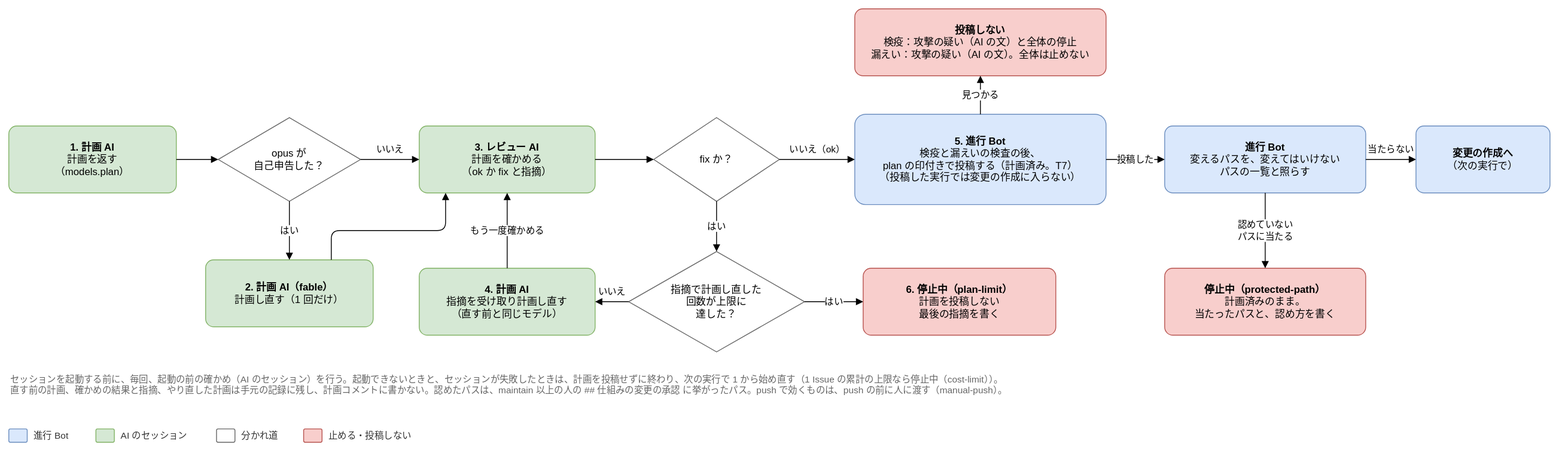
Earlier version of the draw.io export docs/design/basic/diagrams/02-plan-step.drawio.svg (Joymerrevent/dev-autopilot). Source tidied: cells renumbered, new cells last; positions are measured from the earlier drawing's top-left corner, leaving out a move shared by most shapes.
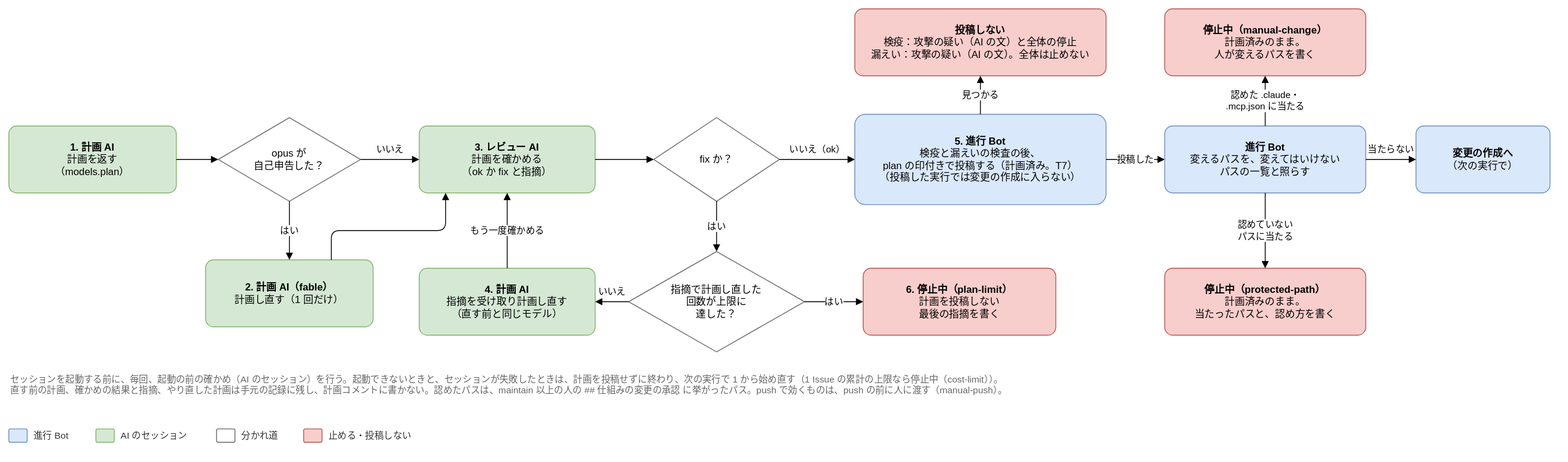
After the change.

Commit message:
docs(design): manual-change を計画を投稿した実行で照らし、止めた理由の記号の表を要件の 14 個にそろえる

計画済みの工程（後の実行）は、計画コメントにも印にも載せない plan.paths を読めなかった。
変えてはいけないパスとの照らしと同じ、計画の工程の中の順番の順 5 で照らすように移した。
manual-change は要件の FLOW-40 に無いので、止めた理由の記号の主な表から実装の都合の表へ移した。

Claude-Session: https://claude.ai/code/session_01LvmXQN14Y95msvojZ6hWNP

The edit, as a diff of the source:
```diff
@@ -38,6 +38,9 @@
     <mxCell id="13" value="&lt;b&gt;投稿しない&lt;/b&gt;&lt;br&gt;検疫：攻撃の疑い（AI の文）と全体の停止&lt;br&gt;漏えい：攻撃の疑い（AI の文）。全体は止めない" style="rounded=1;whiteSpace=wrap;html=1;fontSize=12;arcSize=12;spacing=12;fillColor=#f8cecc;strokeColor=#b85450;" parent="1" vertex="1">
       <mxGeometry x="1010" width="300" height="80" as="geometry" />
     </mxCell>
+    <mxCell id="38" value="&lt;b&gt;停止中（manual-change）&lt;/b&gt;&lt;br&gt;計画済みのまま。&lt;br&gt;人が変えるパスを書く" style="rounded=1;whiteSpace=wrap;html=1;fontSize=12;arcSize=12;spacing=12;fillColor=#f8cecc;strokeColor=#b85450;" parent="1" vertex="1">
+      <mxGeometry x="1380" width="240" height="80" as="geometry" />
+    </mxCell>
     <mxCell id="14" value="&lt;b&gt;変更の作成へ&lt;/b&gt;&lt;br&gt;（次の実行で）" style="rounded=1;whiteSpace=wrap;html=1;fontSize=12;arcSize=12;spacing=12;fillColor=#dae8fc;strokeColor=#6c8ebf;" parent="1" vertex="1">
       <mxGeometry x="1680" y="140" width="160" height="80" as="geometry" />
     </mxCell>
@@ -96,6 +99,9 @@
         <mxPoint y="-12" as="offset" />
       </mxGeometry>
     </mxCell>
+    <mxCell id="39" value="認めた .claude・&lt;br&gt;.mcp.json に当たる" style="edgeStyle=orthogonalEdgeStyle;rounded=1;html=1;endArrow=block;endFill=1;fontSize=11;labelBackgroundColor=#ffffff;exitX=0.5;exitY=0;exitDx=0;exitDy=0;entryX=0.5;entryY=1;entryDx=0;entryDy=0;" parent="1" edge="1" source="11" target="38">
+      <mxGeometry relative="1" as="geometry" />
+    </mxCell>
     <mxCell id="29" value="セッションを起動する前に、毎回、起動の前の確かめ（AI のセッション）を行う。起動できないときと、セッションが失敗したときは、計画を投稿せずに終わり、次の実行で 1 から始め直す（1 Issue の累計の上限なら停止中（cost-limit））。&lt;br&gt;直す前の計画、確かめの結果と指摘、やり直した計画は手元の記録に残し、計画コメントに書かない。認めたパスは、maintain 以上の人の ## 仕組みの変更の承認 に挙がったパス。push で効くものは、push の前に人に渡す（manual-push）。" style="text;html=1;whiteSpace=wrap;align=left;verticalAlign=top;fontSize=11;fontColor=#666666;" parent="1" vertex="1">
       <mxGeometry y="430" width="1840" height="54" as="geometry" />
     </mxCell>
```
